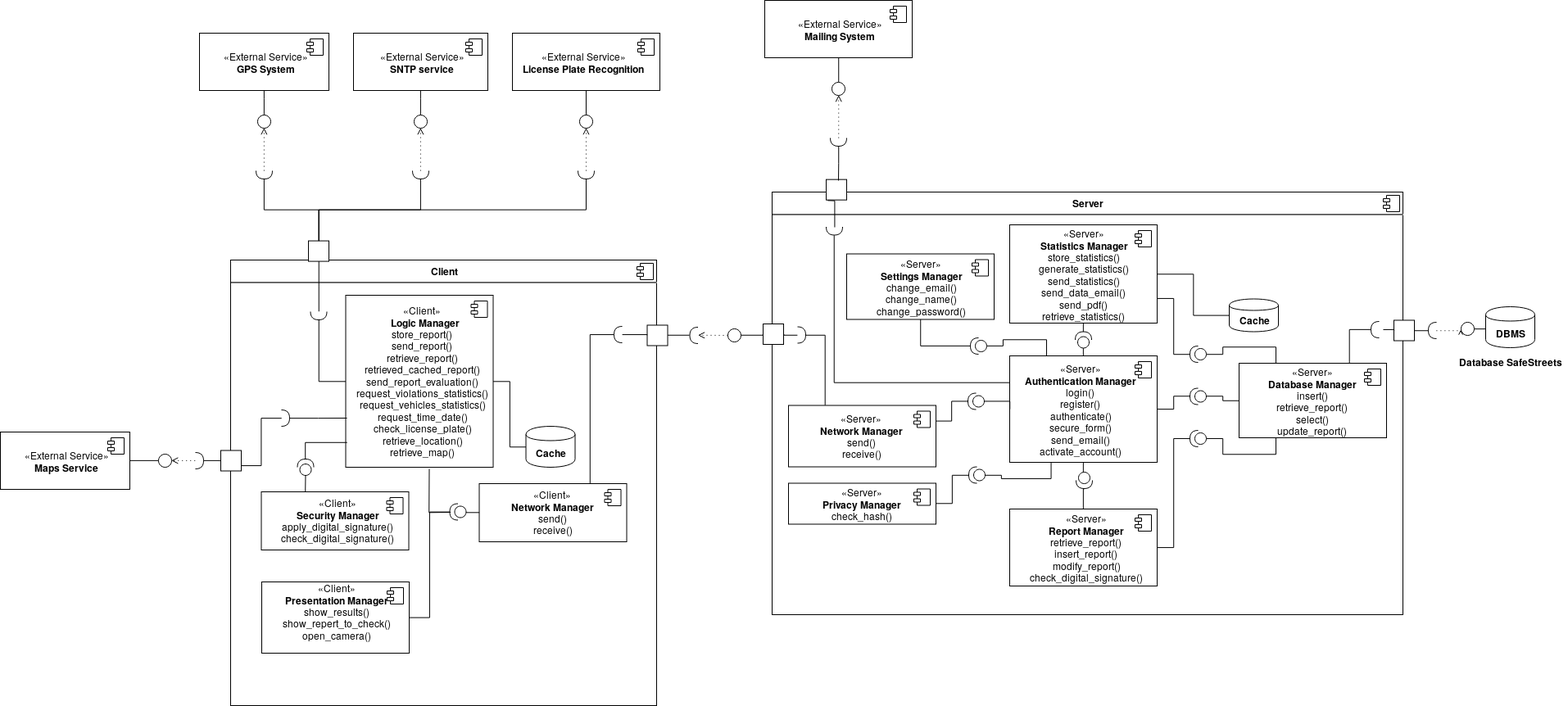
Before: DD/img/component_interface_diagrams/component_interface.png, a diagram exported from draw.io (dariomiceli3/SafeStreet). Source tidied: cells renumbered, new cells last; positions are measured from the earlier drawing's top-left corner, leaving out a move shared by most shapes.
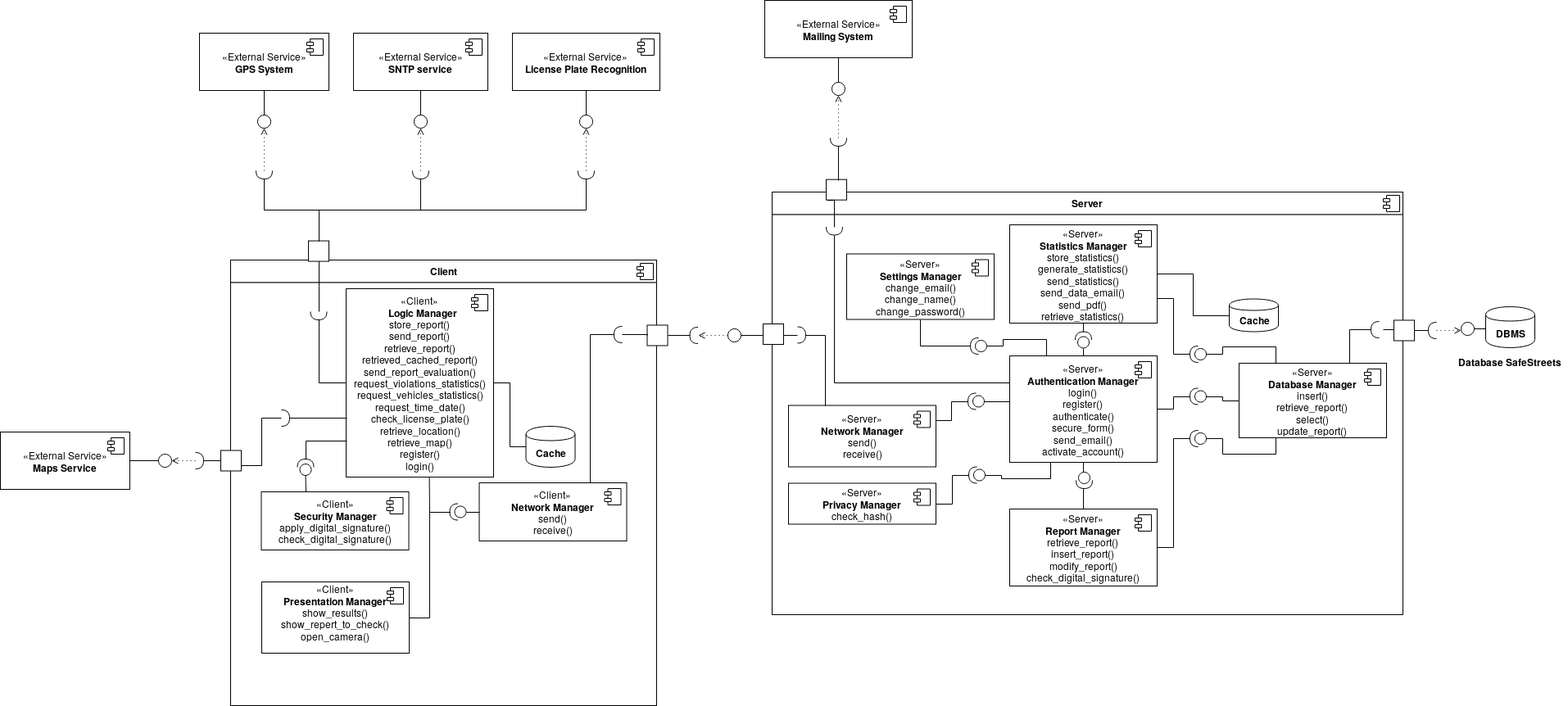
The same file after the commit.

Diff of the diagram source:
```diff
@@ -22,7 +22,7 @@
       </mxGeometry>
     </mxCell>
     <mxCell id="7" value="«Client»&lt;br&gt;&lt;div&gt;&lt;b&gt;Network Manager&lt;/b&gt;&lt;/div&gt;send()&lt;br&gt;receive()" style="html=1;" parent="2" vertex="1">
-      <mxGeometry x="303.5" y="273" width="180" height="71" as="geometry" />
+      <mxGeometry x="303.5" y="272" width="180" height="71" as="geometry" />
     </mxCell>
     <mxCell id="8" style="shape=component;jettyWidth=8;jettyHeight=4;" parent="7" vertex="1">
       <mxGeometry x="1" width="20" height="20" relative="1" as="geometry">
@@ -58,8 +58,8 @@
     <mxCell id="16" style="edgeStyle=orthogonalEdgeStyle;rounded=0;jettySize=auto;html=1;exitX=1;exitY=0.5;exitDx=0;exitDy=0;endArrow=none;endFill=0;" parent="2" edge="1" source="17" target="15">
       <mxGeometry relative="1" as="geometry" />
     </mxCell>
-    <mxCell id="17" value="«Client»&lt;br&gt;&lt;div&gt;&lt;b&gt;&amp;nbsp; Logic Manager&lt;/b&gt;&lt;/div&gt;store_report()&lt;br&gt;send_report() &lt;br&gt;retrieve_report()&lt;br&gt;retrieved_cached_report() &lt;br&gt;send_report_evaluation()&lt;br&gt;request_violations_statistics()&lt;br&gt;&lt;div&gt;request_vehicles_statistics()&lt;/div&gt;&lt;div&gt;request_time_date()&lt;/div&gt;&lt;div&gt;check_license_plate()&lt;/div&gt;&lt;div&gt;retrieve_location()&lt;/div&gt;&lt;div&gt;retrieve_map()&lt;br&gt;&lt;/div&gt;" style="html=1;" parent="2" vertex="1">
-      <mxGeometry x="140.5" y="43" width="180" height="210" as="geometry" />
+    <mxCell id="17" value="«Client»&lt;br&gt;&lt;div&gt;&lt;b&gt;&amp;nbsp; Logic Manager&lt;/b&gt;&lt;/div&gt;store_report()&lt;br&gt;send_report() &lt;br&gt;retrieve_report()&lt;br&gt;retrieved_cached_report() &lt;br&gt;send_report_evaluation()&lt;br&gt;request_violations_statistics()&lt;br&gt;&lt;div&gt;request_vehicles_statistics()&lt;/div&gt;&lt;div&gt;request_time_date()&lt;/div&gt;&lt;div&gt;check_license_plate()&lt;/div&gt;&lt;div&gt;retrieve_location()&lt;/div&gt;&lt;div&gt;retrieve_map()&lt;br&gt;&lt;/div&gt;&lt;div&gt;register()&lt;/div&gt;&lt;div&gt;login()&lt;br&gt;&lt;/div&gt;" style="html=1;" parent="2" vertex="1">
+      <mxGeometry x="141" y="35" width="180" height="230" as="geometry" />
     </mxCell>
     <mxCell id="18" style="shape=component;jettyWidth=8;jettyHeight=4;" parent="17" vertex="1">
       <mxGeometry x="1" width="20" height="20" relative="1" as="geometry">
@@ -72,7 +72,7 @@
         <mxPoint x="91.5" y="283" as="targetPoint" />
       </mxGeometry>
     </mxCell>
-    <mxCell id="20" style="edgeStyle=orthogonalEdgeStyle;rounded=0;jettySize=auto;html=1;exitX=1;exitY=0.5;exitDx=0;exitDy=0;exitPerimeter=0;entryX=0.008;entryY=0.857;entryDx=0;entryDy=0;entryPerimeter=0;endArrow=none;endFill=0;" parent="2" edge="1" source="21" target="17">
+    <mxCell id="20" style="edgeStyle=orthogonalEdgeStyle;rounded=0;jettySize=auto;html=1;exitX=1;exitY=0.5;exitDx=0;exitDy=0;exitPerimeter=0;entryX=0.006;entryY=0.809;entryDx=0;entryDy=0;entryPerimeter=0;endArrow=none;endFill=0;" parent="2" edge="1" source="21" target="17">
       <mxGeometry relative="1" as="geometry" />
     </mxCell>
     <mxCell id="21" style="shape=providedRequiredInterface;html=1;verticalLabelPosition=bottom;direction=north;" parent="2" vertex="1">
```
